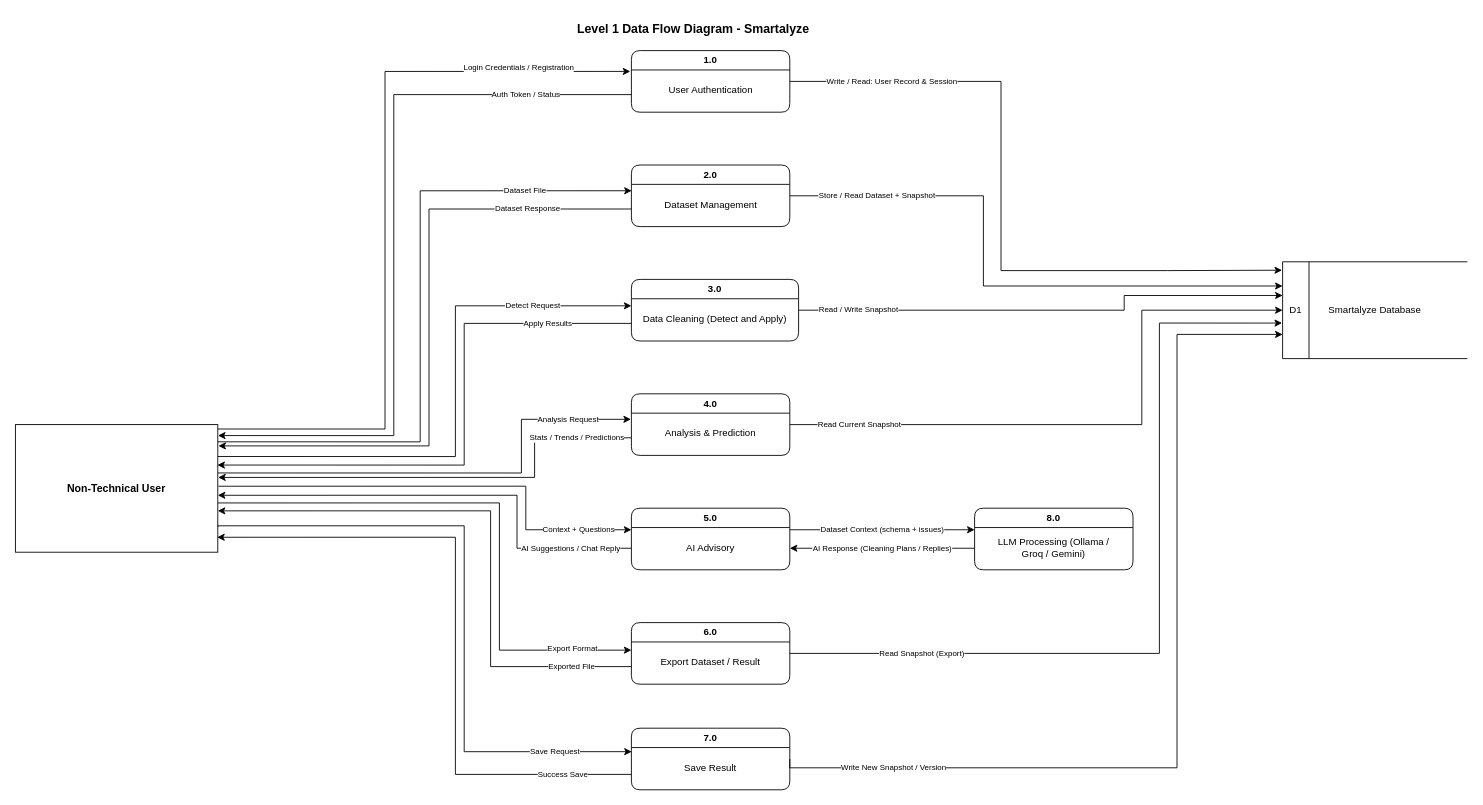
This is docs/DFD-Level1.drawio from alteradomayantonette-droid/Smartalyze-Web, a draw.io file, before an edit. Source tidied: cells renumbered, new cells numbered last; positions are measured from the earlier drawing's top-left corner, leaving out a move shared by most shapes. Both pictures are drawn from the tidied source at 88%, with x=0, y=0 at pixel (15, 15).
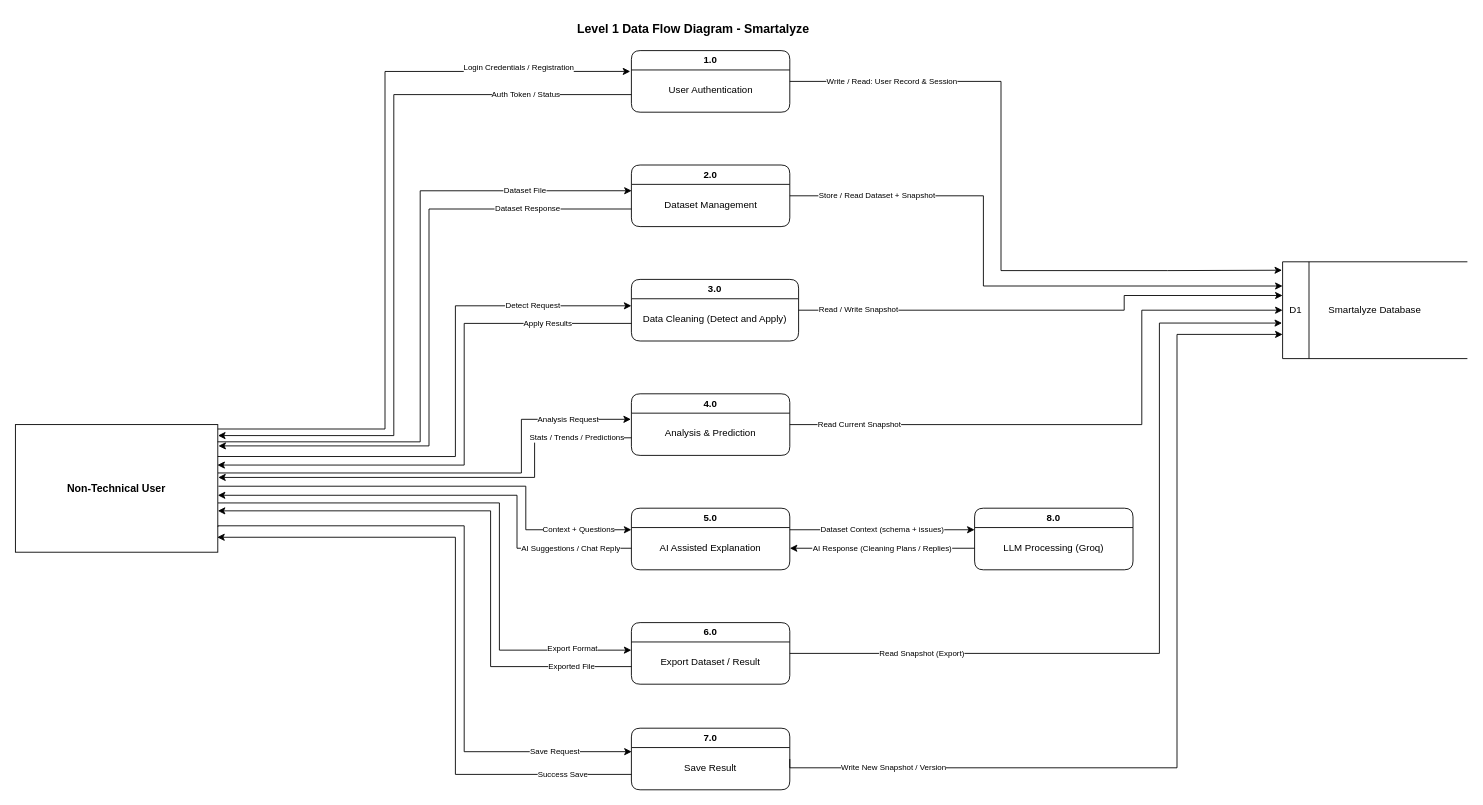
After the change.

Unchanged cells that the change refers to:
```xml
<mxCell id="12" value="5.0" style="swimlane;startSize=22;html=1;whiteSpace=wrap;fillColor=#ffffff;strokeColor=#000000;fontSize=11;fontStyle=1;align=center;rounded=1;" parent="1" vertex="1">
  <mxGeometry x="700" y="560" width="180" height="70" as="geometry" />
</mxCell>
<mxCell id="18" value="8.0" style="swimlane;startSize=22;html=1;whiteSpace=wrap;fillColor=#ffffff;strokeColor=#000000;fontSize=11;fontStyle=1;align=center;rounded=1;" parent="1" vertex="1">
  <mxGeometry x="1090" y="560" width="180" height="70" as="geometry" />
</mxCell>
```

Diff of the diagram source:
```diff
@@
-    <mxCell id="13" value="&lt;span style=&quot;font-weight: normal;&quot;&gt;AI Advisory&lt;/span&gt;" style="text;html=1;whiteSpace=wrap;strokeColor=none;fillColor=none;align=center;verticalAlign=middle;rounded=0;fontFamily=Helvetica;fontSize=11;fontColor=default;fontStyle=1;" parent="12" vertex="1">
-      <mxGeometry x="50" y="30" width="80" height="30" as="geometry" />
+    <mxCell id="13" value="&lt;span style=&quot;font-weight: normal;&quot;&gt;AI Assisted Explanation&lt;/span&gt;" style="text;html=1;whiteSpace=wrap;strokeColor=none;fillColor=none;align=center;verticalAlign=middle;rounded=0;fontFamily=Helvetica;fontSize=11;fontColor=default;fontStyle=1;" parent="12" vertex="1">
+      <mxGeometry x="25" y="30" width="130" height="30" as="geometry" />
     </mxCell>
@@
-    <mxCell id="19" value="LLM Processing (Ollama / Groq / Gemini)" style="text;html=1;whiteSpace=wrap;strokeColor=none;fillColor=none;align=center;verticalAlign=middle;rounded=0;fontFamily=Helvetica;fontSize=11;fontColor=default;fontStyle=0;" parent="18" vertex="1">
+    <mxCell id="19" value="LLM Processing (Groq)" style="text;html=1;whiteSpace=wrap;strokeColor=none;fillColor=none;align=center;verticalAlign=middle;rounded=0;fontFamily=Helvetica;fontSize=11;fontColor=default;fontStyle=0;" parent="18" vertex="1">
       <mxGeometry x="25" y="30" width="130" height="30" as="geometry" />
     </mxCell>
```
